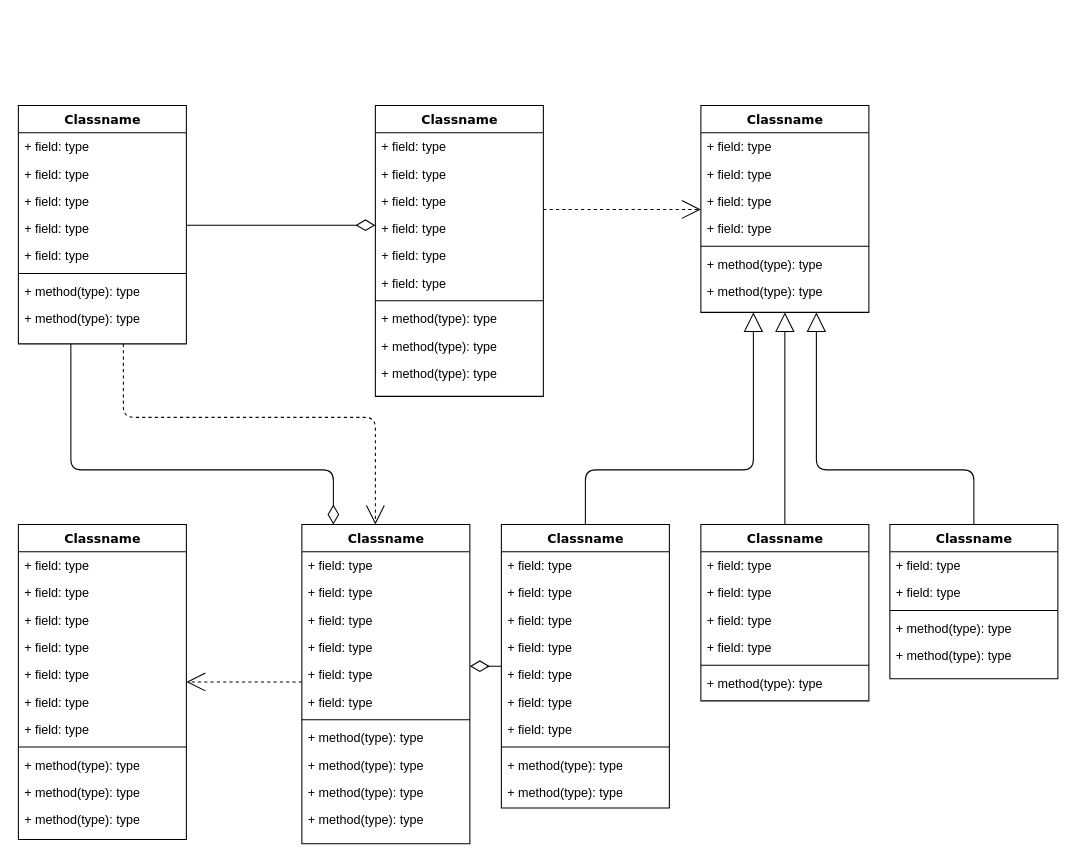
Above: 未命名绘图.drawio in INSSRumia/INSSUnityFrame (draw.io), before the change. Source tidied: cells renumbered, new cells numbered last; positions are measured from the earlier drawing's top-left corner, leaving out a move shared by most shapes. Both pictures are drawn from the tidied source at 105%, with x=0, y=0 at pixel (18, 105).
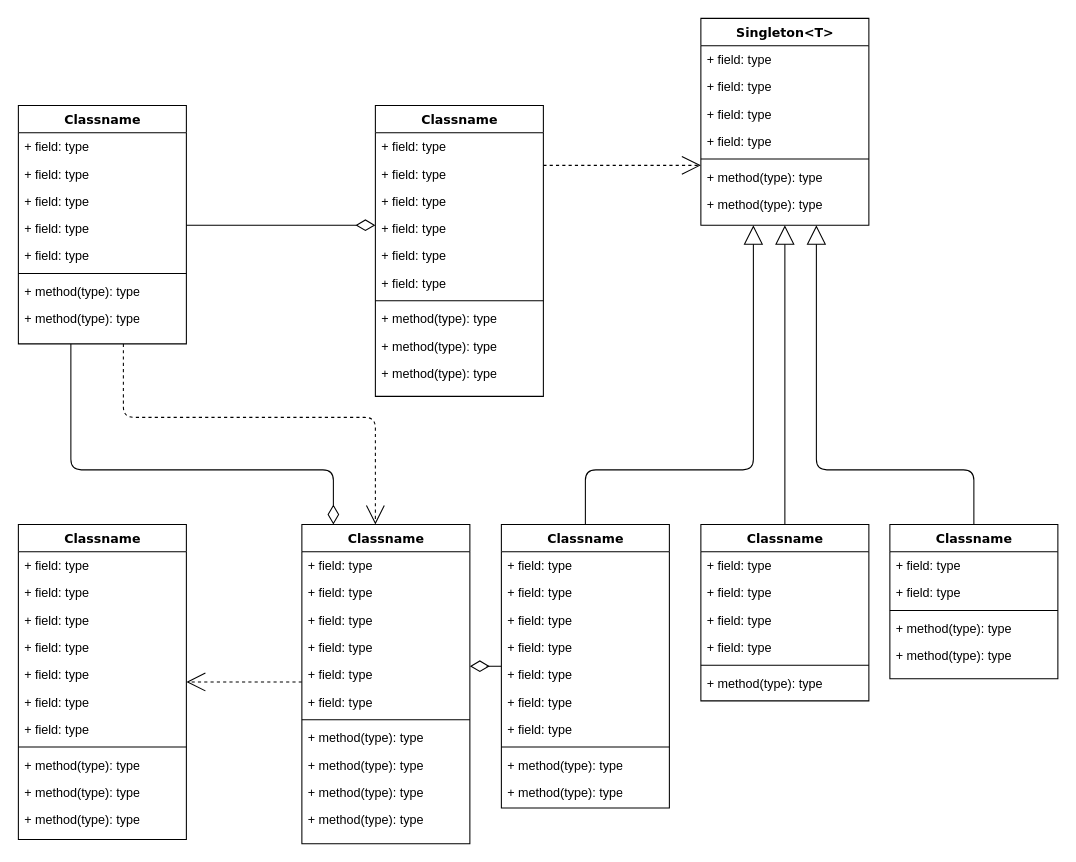
After the change.

The edit, as a diff of the source:
```diff
@@
-    <mxCell id="25" value="Classname" style="swimlane;html=1;fontStyle=1;align=center;verticalAlign=top;horizontal=1;startSize=26;swimlaneFillColor=#ffffff;rounded=0;shadow=0;comic=0;labelBackgroundColor=none;strokeWidth=1;fillColor=none;fontFamily=Verdana;fontSize=12;" parent="1" vertex="1">
-      <mxGeometry x="650" width="160" height="197" as="geometry" />
+    <mxCell id="25" value="Singleton&amp;lt;T&amp;gt;" style="swimlane;html=1;fontStyle=1;align=center;verticalAlign=top;horizontal=1;startSize=26;swimlaneFillColor=#ffffff;rounded=0;shadow=0;comic=0;labelBackgroundColor=none;strokeWidth=1;fillColor=none;fontFamily=Verdana;fontSize=12;" parent="1" vertex="1">
+      <mxGeometry x="650" y="-83" width="160" height="197" as="geometry" />
     </mxCell>
```
